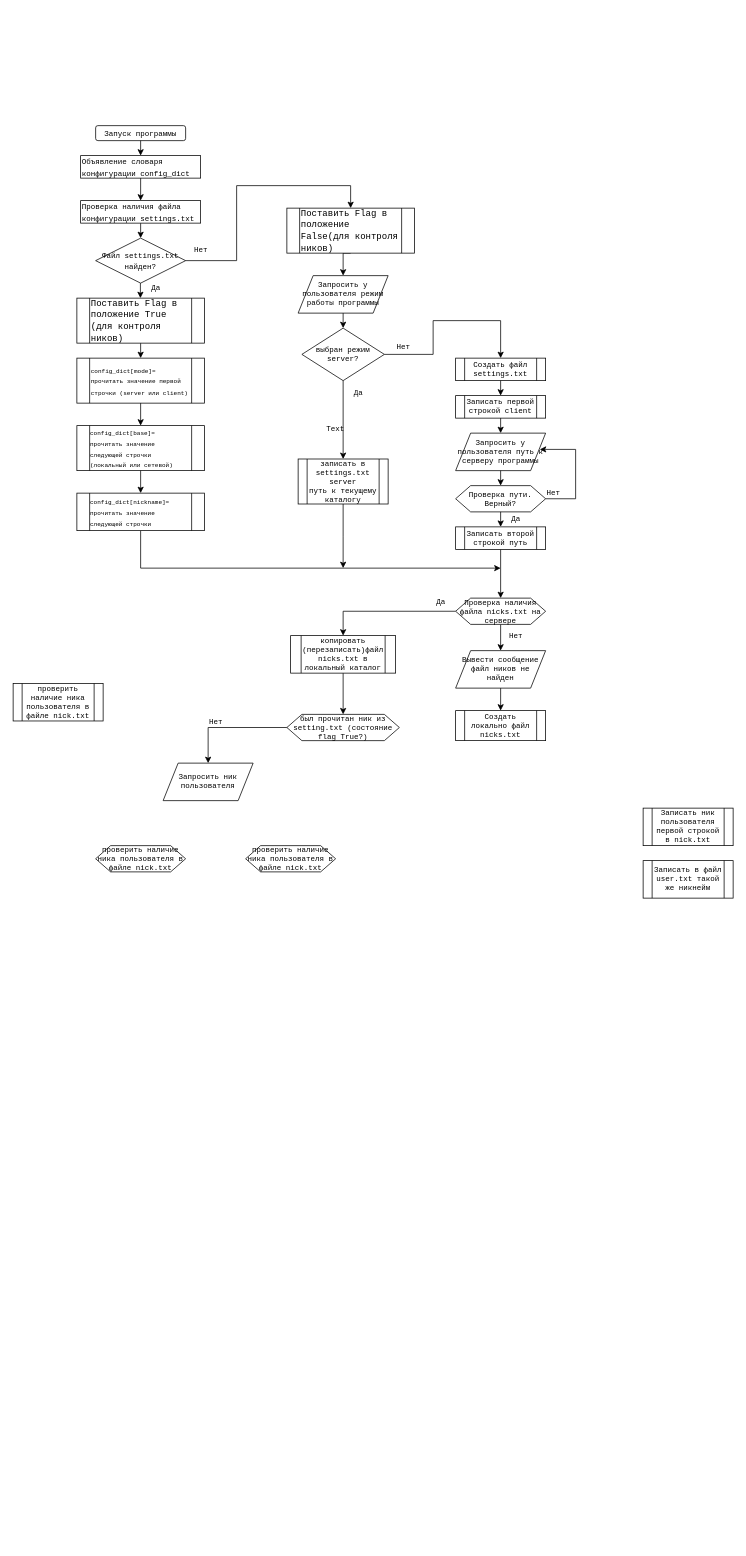
Above: Task-06/ChatRoom.drawio in ProgmanZ/Modul-23.6-Tasks-HW (draw.io), before the change. Source tidied: cells renumbered, new cells numbered last; positions are measured from the earlier drawing's top-left corner, leaving out a move shared by most shapes. Both pictures are drawn from the tidied source at 75%, with x=0, y=0 at pixel (13, 125).
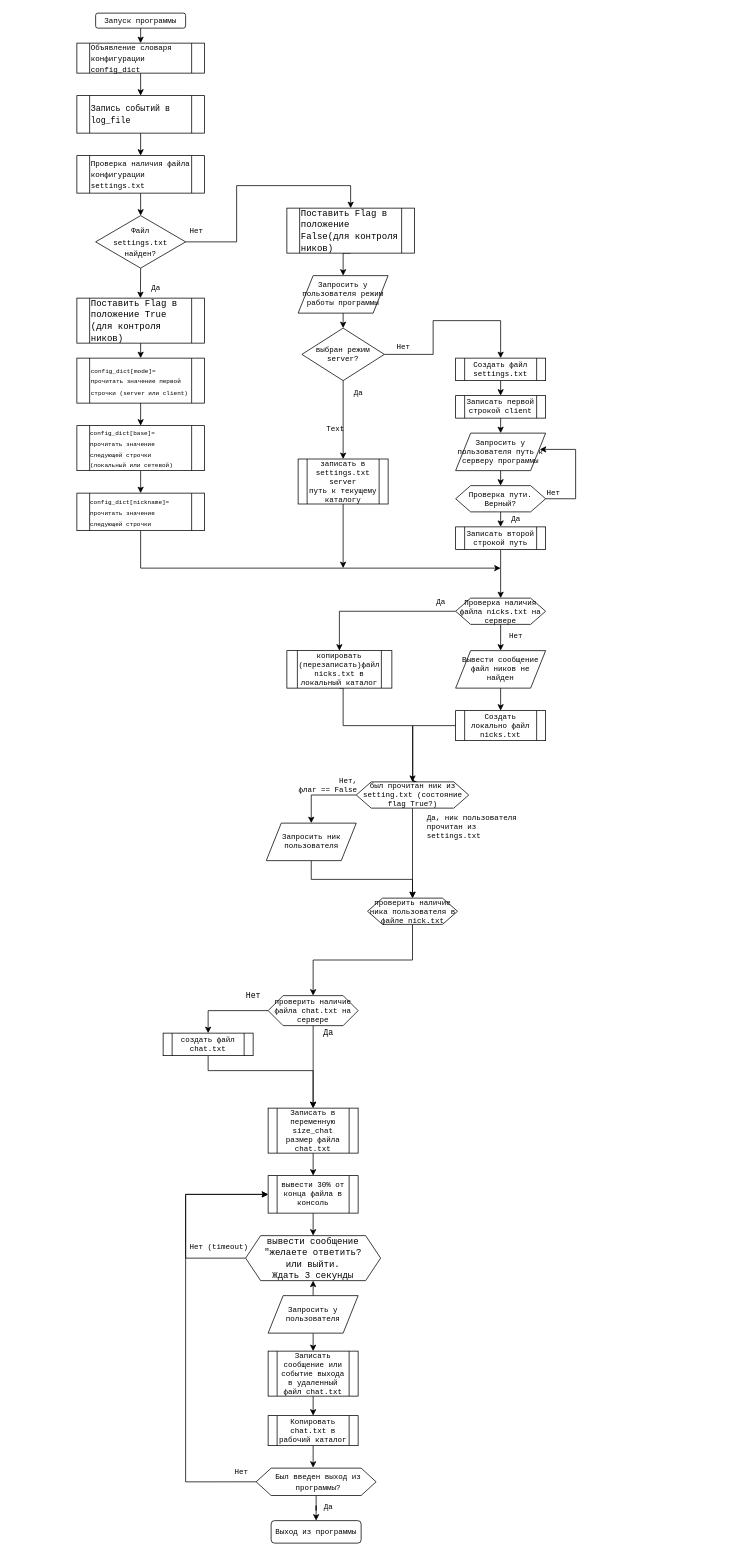
After the change.

Unchanged cells that the change refers to:
```xml
<mxCell id="44" value="&lt;div&gt;Создать локально файл nicks.txt&lt;/div&gt;" style="shape=process;whiteSpace=wrap;html=1;backgroundOutline=1;fontFamily=Courier New;fontSize=10;" parent="1" vertex="1">
  <mxGeometry x="590" y="780" width="120" height="40" as="geometry" />
</mxCell>
<mxCell id="64" value="&lt;font face=&quot;Courier New&quot;&gt;Поставить Flag в положение False(для контроля ников)&lt;/font&gt;" style="shape=process;whiteSpace=wrap;html=1;backgroundOutline=1;align=left;" parent="1" vertex="1">
  <mxGeometry x="365" y="110" width="170" height="60" as="geometry" />
</mxCell>
```

Change to the diagram source:
```diff
@@
     <mxCell id="2" value="&lt;font style=&quot;font-size: 10px;&quot; face=&quot;Courier New&quot;&gt;Запуск программы&lt;/font&gt;" style="rounded=1;whiteSpace=wrap;html=1;" parent="1" vertex="1">
-      <mxGeometry x="110" width="120" height="20" as="geometry" />
+      <mxGeometry x="110" y="-150" width="120" height="20" as="geometry" />
     </mxCell>
@@
-    <mxCell id="4" value="&lt;div align=&quot;left&quot;&gt;&lt;font style=&quot;font-size: 10px;&quot; face=&quot;Courier New&quot;&gt;Проверка наличия файла конфигурации settings.txt&lt;/font&gt;&lt;/div&gt;" style="rounded=0;whiteSpace=wrap;html=1;align=left;" parent="1" vertex="1">
-      <mxGeometry x="90" y="100" width="160" height="30" as="geometry" />
-    </mxCell>
-    <mxCell id="5" value="&lt;font style=&quot;font-size: 10px;&quot; face=&quot;Courier New&quot;&gt;Файл settings.txt найден?&lt;/font&gt;" style="rhombus;whiteSpace=wrap;html=1;" parent="1" vertex="1">
-      <mxGeometry x="110" y="150" width="120" height="60" as="geometry" />
+    <mxCell id="5" value="&lt;div&gt;&lt;font style=&quot;font-size: 10px;&quot; face=&quot;Courier New&quot;&gt;Файл &lt;br&gt;&lt;/font&gt;&lt;/div&gt;&lt;div&gt;&lt;font style=&quot;font-size: 10px;&quot; face=&quot;Courier New&quot;&gt;settings.txt найден?&lt;/font&gt;&lt;/div&gt;" style="rhombus;whiteSpace=wrap;html=1;" parent="1" vertex="1">
+      <mxGeometry x="110" y="120" width="120" height="70" as="geometry" />
     </mxCell>
@@
-    <mxCell id="7" value="&lt;div align=&quot;left&quot;&gt;&lt;font style=&quot;font-size: 10px;&quot; face=&quot;Courier New&quot;&gt;Объявление словаря конфигурации config_dict&lt;/font&gt;&lt;/div&gt;" style="rounded=0;whiteSpace=wrap;html=1;align=left;" parent="1" vertex="1">
-      <mxGeometry x="90" y="40" width="160" height="30" as="geometry" />
-    </mxCell>
@@
     <mxCell id="9" value="&lt;font style=&quot;font-size: 10px;&quot; face=&quot;Courier New&quot;&gt;Нет&lt;/font&gt;" style="text;html=1;align=center;verticalAlign=middle;strokeColor=none;fillColor=none;" parent="1" vertex="1">
-      <mxGeometry x="230" y="150" width="40" height="30" as="geometry" />
+      <mxGeometry x="224" y="125" width="40" height="30" as="geometry" />
     </mxCell>
-    <mxCell id="10" style="endArrow=classic;html=1;rounded=0;exitX=0.5;exitY=1;exitDx=0;exitDy=0;" parent="1" edge="1" source="2">
-      <mxGeometry relative="1" as="geometry">
-        <mxPoint x="170" y="40" as="targetPoint" />
-      </mxGeometry>
+    <mxCell id="10" style="endArrow=classic;html=1;rounded=0;exitX=0.5;exitY=1;exitDx=0;exitDy=0;entryX=0.5;entryY=0;entryDx=0;entryDy=0;" parent="1" edge="1" source="2" target="7">
+      <mxGeometry relative="1" as="geometry" />
     </mxCell>
-    <mxCell id="11" style="endArrow=classic;html=1;rounded=0;exitX=0.5;exitY=1;exitDx=0;exitDy=0;entryX=0.5;entryY=0;entryDx=0;entryDy=0;" parent="1" edge="1" source="7" target="4">
+    <mxCell id="11" style="endArrow=classic;html=1;rounded=0;exitX=0.5;exitY=1;exitDx=0;exitDy=0;entryX=0.5;entryY=0;entryDx=0;entryDy=0;" parent="1" edge="1" source="91" target="4">
       <mxGeometry relative="1" as="geometry" />
     </mxCell>
     <mxCell id="12" style="endArrow=classic;html=1;rounded=0;exitX=1;exitY=0.5;exitDx=0;exitDy=0;entryX=0.5;entryY=0;entryDx=0;entryDy=0;edgeStyle=orthogonalEdgeStyle;" parent="1" edge="1" source="5" target="64">
       <mxGeometry relative="1" as="geometry">
         <Array as="points">
-          <mxPoint x="298" y="180" />
+          <mxPoint x="298" y="155" />
           <mxPoint x="298" y="80" />
           <mxPoint x="450" y="80" />
         </Array>
       </mxGeometry>
     </mxCell>
-    <mxCell id="13" style="endArrow=classic;html=1;rounded=0;entryX=0.5;entryY=0;entryDx=0;entryDy=0;" parent="1" edge="1">
+    <mxCell id="13" style="endArrow=classic;html=1;rounded=0;entryX=0.5;entryY=0;entryDx=0;entryDy=0;exitX=0.5;exitY=1;exitDx=0;exitDy=0;" parent="1" edge="1" source="5">
       <mxGeometry relative="1" as="geometry">
-        <mxPoint x="169.7" y="210" as="sourcePoint" />
         <mxPoint x="169.7" y="230" as="targetPoint" />
       </mxGeometry>
     </mxCell>
@@
+    <mxCell id="65" style="edgeStyle=orthogonalEdgeStyle;rounded=0;jettySize=auto;html=1;exitX=0;exitY=0.5;exitDx=0;exitDy=0;entryX=0.561;entryY=0.042;entryDx=0;entryDy=0;entryPerimeter=0;" parent="1" edge="1" source="44" target="58">
+      <mxGeometry relative="1" as="geometry">
+        <Array as="points">
+          <mxPoint x="533" y="800" />
+          <mxPoint x="533" y="876" />
+        </Array>
+      </mxGeometry>
+    </mxCell>
@@
+    <mxCell id="66" style="edgeStyle=orthogonalEdgeStyle;rounded=0;jettySize=auto;html=1;exitX=0.5;exitY=1;exitDx=0;exitDy=0;entryX=0.5;entryY=0;entryDx=0;entryDy=0;" parent="1" edge="1" source="47" target="74">
+      <mxGeometry relative="1" as="geometry">
+        <Array as="points">
+          <mxPoint x="260" y="1260" />
+          <mxPoint x="400" y="1260" />
+        </Array>
+      </mxGeometry>
+    </mxCell>
-    <mxCell id="47" value="&lt;div&gt;проверить наличие ника пользователя в файле nick.txt&lt;/div&gt;" style="shape=process;whiteSpace=wrap;html=1;backgroundOutline=1;fontFamily=Courier New;fontSize=10;" parent="1" vertex="1">
-      <mxGeometry y="743.8" width="120" height="50" as="geometry" />
+    <mxCell id="47" value="&lt;div&gt;создать файл chat.txt&lt;/div&gt;" style="shape=process;whiteSpace=wrap;html=1;backgroundOutline=1;fontFamily=Courier New;fontSize=10;" parent="1" vertex="1">
+      <mxGeometry x="200" y="1210" width="120" height="30" as="geometry" />
     </mxCell>
-    <mxCell id="48" value="Записать ник пользователя первой строкой в nick.txt" style="shape=process;whiteSpace=wrap;html=1;backgroundOutline=1;fontFamily=Courier New;fontSize=10;" parent="1" vertex="1">
-      <mxGeometry x="840" y="910" width="120" height="50" as="geometry" />
-    </mxCell>
+    <mxCell id="67" style="edgeStyle=orthogonalEdgeStyle;rounded=0;jettySize=auto;html=1;exitX=0.5;exitY=1;exitDx=0;exitDy=0;entryX=0.5;entryY=0;entryDx=0;entryDy=0;" parent="1" edge="1" source="49" target="55">
+      <mxGeometry relative="1" as="geometry" />
+    </mxCell>
     <mxCell id="49" value="Запросить ник пользователя" style="shape=parallelogram;perimeter=parallelogramPerimeter;whiteSpace=wrap;html=1;fixedSize=1;fontFamily=Courier New;fontSize=10;" parent="1" vertex="1">
-      <mxGeometry x="200" y="850" width="120" height="50" as="geometry" />
+      <mxGeometry x="337.5" y="930" width="120" height="50" as="geometry" />
     </mxCell>
-    <mxCell id="50" value="Записать в файл user.txt такой же никнейм" style="shape=process;whiteSpace=wrap;html=1;backgroundOutline=1;fontFamily=Courier New;fontSize=10;" parent="1" vertex="1">
-      <mxGeometry x="840" y="980" width="120" height="50" as="geometry" />
-    </mxCell>
@@
     <mxCell id="52" style="edgeStyle=orthogonalEdgeStyle;rounded=0;jettySize=auto;html=1;exitX=0.5;exitY=1;exitDx=0;exitDy=0;entryX=0.5;entryY=0;entryDx=0;entryDy=0;fontFamily=Courier New;fontSize=10;" parent="1" edge="1" source="53" target="58">
-      <mxGeometry relative="1" as="geometry" />
+      <mxGeometry relative="1" as="geometry">
+        <Array as="points">
+          <mxPoint x="440" y="800" />
+          <mxPoint x="533" y="800" />
+        </Array>
+      </mxGeometry>
     </mxCell>
     <mxCell id="53" value="&lt;div&gt;копировать (перезаписать)файл nicks.txt в локальный каталог&lt;br&gt;&lt;/div&gt;" style="shape=process;whiteSpace=wrap;html=1;backgroundOutline=1;fontFamily=Courier New;fontSize=10;" parent="1" vertex="1">
-      <mxGeometry x="370" y="680" width="140" height="50" as="geometry" />
+      <mxGeometry x="365" y="700" width="140" height="50" as="geometry" />
     </mxCell>
+    <mxCell id="68" style="edgeStyle=orthogonalEdgeStyle;rounded=0;jettySize=auto;html=1;exitX=0;exitY=0.5;exitDx=0;exitDy=0;entryX=0.5;entryY=0;entryDx=0;entryDy=0;" parent="1" edge="1" source="54" target="47">
+      <mxGeometry relative="1" as="geometry" />
+    </mxCell>
+    <mxCell id="69" style="edgeStyle=orthogonalEdgeStyle;rounded=0;jettySize=auto;html=1;exitX=0.5;exitY=1;exitDx=0;exitDy=0;entryX=0.5;entryY=0;entryDx=0;entryDy=0;" parent="1" edge="1" source="54" target="74">
+      <mxGeometry relative="1" as="geometry" />
+    </mxCell>
-    <mxCell id="54" value="&lt;div&gt;проверить наличие ника пользователя в файле nick.txt&lt;/div&gt;" style="shape=hexagon;perimeter=hexagonPerimeter2;whiteSpace=wrap;html=1;fixedSize=1;fontFamily=Courier New;fontSize=10;" parent="1" vertex="1">
-      <mxGeometry x="110" y="960" width="120" height="35" as="geometry" />
+    <mxCell id="54" value="&lt;div&gt;проверить наличие файла chat.txt на сервере&lt;br&gt;&lt;/div&gt;" style="shape=hexagon;perimeter=hexagonPerimeter2;whiteSpace=wrap;html=1;fixedSize=1;fontFamily=Courier New;fontSize=10;" parent="1" vertex="1">
+      <mxGeometry x="340" y="1160" width="120" height="40" as="geometry" />
     </mxCell>
+    <mxCell id="70" style="edgeStyle=orthogonalEdgeStyle;rounded=0;jettySize=auto;html=1;exitX=0.5;exitY=1;exitDx=0;exitDy=0;entryX=0.5;entryY=0;entryDx=0;entryDy=0;" parent="1" edge="1" source="55" target="54">
+      <mxGeometry relative="1" as="geometry" />
+    </mxCell>
     <mxCell id="55" value="&lt;div&gt;проверить наличие ника пользователя в файле nick.txt&lt;/div&gt;" style="shape=hexagon;perimeter=hexagonPerimeter2;whiteSpace=wrap;html=1;fixedSize=1;fontFamily=Courier New;fontSize=10;" parent="1" vertex="1">
-      <mxGeometry x="310" y="960" width="120" height="35" as="geometry" />
+      <mxGeometry x="472.5" y="1030" width="120" height="35" as="geometry" />
     </mxCell>
@@
+    <mxCell id="71" style="edgeStyle=orthogonalEdgeStyle;rounded=0;jettySize=auto;html=1;exitX=0.5;exitY=1;exitDx=0;exitDy=0;entryX=0.5;entryY=0;entryDx=0;entryDy=0;" parent="1" edge="1" source="58" target="55">
+      <mxGeometry relative="1" as="geometry" />
+    </mxCell>
     <mxCell id="58" value="&lt;div&gt;был прочитан ник из setting.txt (состояние flag True?)&lt;br&gt;&lt;/div&gt;" style="shape=hexagon;perimeter=hexagonPerimeter2;whiteSpace=wrap;html=1;fixedSize=1;fontFamily=Courier New;fontSize=10;" parent="1" vertex="1">
-      <mxGeometry x="365" y="785" width="150" height="35" as="geometry" />
+      <mxGeometry x="457.5" y="875" width="150" height="35" as="geometry" />
     </mxCell>
-    <mxCell id="59" value="Нет" style="text;html=1;align=center;verticalAlign=middle;strokeColor=none;fillColor=none;fontSize=10;fontFamily=Courier New;" parent="1" vertex="1">
-      <mxGeometry x="250" y="780" width="40" height="30" as="geometry" />
+    <mxCell id="59" value="&lt;div align=&quot;right&quot;&gt;Нет, &lt;br&gt;&lt;/div&gt;&lt;div align=&quot;right&quot;&gt;флаг == False&lt;/div&gt;" style="text;html=1;align=right;verticalAlign=middle;strokeColor=none;fillColor=none;fontSize=10;fontFamily=Courier New;" parent="1" vertex="1">
+      <mxGeometry x="360" y="860" width="100" height="40" as="geometry" />
     </mxCell>
@@
+    <mxCell id="72" value="&lt;div align=&quot;left&quot;&gt;Да, ник пользователя &lt;br&gt;&lt;/div&gt;&lt;div align=&quot;left&quot;&gt;прочитан из &lt;br&gt;&lt;/div&gt;&lt;div align=&quot;left&quot;&gt;settings.txt&lt;/div&gt;" style="text;html=1;align=left;verticalAlign=middle;strokeColor=none;fillColor=none;fontSize=10;fontFamily=Courier New;" parent="1" vertex="1">
+      <mxGeometry x="550" y="910" width="140" height="50" as="geometry" />
+    </mxCell>
+    <mxCell id="73" style="edgeStyle=orthogonalEdgeStyle;rounded=0;jettySize=auto;html=1;exitX=0.5;exitY=1;exitDx=0;exitDy=0;entryX=0.5;entryY=0;entryDx=0;entryDy=0;" parent="1" edge="1" source="74" target="77">
+      <mxGeometry relative="1" as="geometry" />
+    </mxCell>
+    <mxCell id="74" value="Записать в переменную size_chat размер файла chat.txt" style="shape=process;whiteSpace=wrap;html=1;backgroundOutline=1;fontFamily=Courier New;fontSize=10;" parent="1" vertex="1">
+      <mxGeometry x="340" y="1310" width="120" height="60" as="geometry" />
+    </mxCell>
+    <mxCell id="75" style="edgeStyle=orthogonalEdgeStyle;rounded=0;jettySize=auto;html=1;exitX=0;exitY=0.5;exitDx=0;exitDy=0;entryX=0;entryY=0.5;entryDx=0;entryDy=0;fontFamily=Courier New;fontSize=10;" parent="1" edge="1" target="77">
+      <mxGeometry relative="1" as="geometry">
+        <mxPoint x="310" y="1510" as="sourcePoint" />
+        <Array as="points">
+          <mxPoint x="230" y="1510" />
+          <mxPoint x="230" y="1425" />
+        </Array>
+      </mxGeometry>
+    </mxCell>
+    <mxCell id="76" style="edgeStyle=orthogonalEdgeStyle;rounded=0;jettySize=auto;html=1;exitX=0.5;exitY=1;exitDx=0;exitDy=0;entryX=0.5;entryY=0;entryDx=0;entryDy=0;" parent="1" edge="1" source="77">
+      <mxGeometry relative="1" as="geometry">
+        <mxPoint x="400" y="1480" as="targetPoint" />
+      </mxGeometry>
+    </mxCell>
+    <mxCell id="77" value="&lt;div&gt;вывести 30% от конца файла в консоль&lt;br&gt;&lt;/div&gt;" style="shape=process;whiteSpace=wrap;html=1;backgroundOutline=1;fontFamily=Courier New;fontSize=10;" parent="1" vertex="1">
+      <mxGeometry x="340" y="1400" width="120" height="50" as="geometry" />
+    </mxCell>
+    <mxCell id="78" value="Нет (timeout)" style="text;html=1;align=center;verticalAlign=middle;strokeColor=none;fillColor=none;fontSize=10;fontFamily=Courier New;" parent="1" vertex="1">
+      <mxGeometry x="224" y="1480" width="100" height="30" as="geometry" />
+    </mxCell>
+    <mxCell id="79" value="&lt;div&gt;&lt;font face=&quot;Courier New&quot;&gt;вывести сообщение &quot;желаете ответить?&lt;/font&gt;&lt;/div&gt;&lt;div&gt;&lt;font face=&quot;Courier New&quot;&gt;или выйти.&lt;br&gt;&lt;/font&gt;&lt;/div&gt;&lt;div&gt;&lt;font face=&quot;Courier New&quot;&gt;Ждать 3 секунды&lt;br&gt;&lt;/font&gt;&lt;/div&gt;" style="shape=hexagon;perimeter=hexagonPerimeter2;whiteSpace=wrap;html=1;fixedSize=1;" parent="1" vertex="1">
+      <mxGeometry x="310" y="1480" width="180" height="60" as="geometry" />
+    </mxCell>
+    <mxCell id="80" style="edgeStyle=orthogonalEdgeStyle;rounded=0;jettySize=auto;html=1;exitX=0.5;exitY=1;exitDx=0;exitDy=0;entryX=0.5;entryY=0;entryDx=0;entryDy=0;fontFamily=Courier New;fontSize=10;" parent="1" edge="1" source="81" target="83">
+      <mxGeometry relative="1" as="geometry" />
+    </mxCell>
+    <mxCell id="81" value="Записать сообщение или событие выхода в удаленный файл chat.txt" style="shape=process;whiteSpace=wrap;html=1;backgroundOutline=1;fontFamily=Courier New;fontSize=10;" parent="1" vertex="1">
+      <mxGeometry x="340" y="1634" width="120" height="60" as="geometry" />
+    </mxCell>
+    <mxCell id="82" style="edgeStyle=orthogonalEdgeStyle;rounded=0;jettySize=auto;html=1;exitX=0.5;exitY=1;exitDx=0;exitDy=0;entryX=0.475;entryY=-0.016;entryDx=0;entryDy=0;entryPerimeter=0;fontFamily=Courier New;fontSize=10;" parent="1" edge="1" source="83" target="86">
+      <mxGeometry relative="1" as="geometry" />
+    </mxCell>
+    <mxCell id="83" value="Копировать chat.txt в рабочий каталог" style="shape=process;whiteSpace=wrap;html=1;backgroundOutline=1;fontFamily=Courier New;fontSize=10;" parent="1" vertex="1">
+      <mxGeometry x="340" y="1720" width="120" height="40" as="geometry" />
+    </mxCell>
+    <mxCell id="84" style="edgeStyle=orthogonalEdgeStyle;rounded=0;jettySize=auto;html=1;exitX=0;exitY=0.5;exitDx=0;exitDy=0;entryX=0;entryY=0.5;entryDx=0;entryDy=0;fontFamily=Courier New;fontSize=10;" parent="1" edge="1" source="86" target="77">
+      <mxGeometry relative="1" as="geometry">
+        <Array as="points">
+          <mxPoint x="230" y="1808" />
+          <mxPoint x="230" y="1425" />
+        </Array>
+      </mxGeometry>
+    </mxCell>
+    <mxCell id="85" style="edgeStyle=orthogonalEdgeStyle;rounded=0;jettySize=auto;html=1;exitX=0.5;exitY=1;exitDx=0;exitDy=0;fontFamily=Courier New;fontSize=10;" parent="1" edge="1" source="86" target="88">
+      <mxGeometry relative="1" as="geometry" />
+    </mxCell>
+    <mxCell id="86" value="&lt;div&gt;&lt;font style=&quot;font-size: 10px;&quot; face=&quot;Courier New&quot;&gt;&amp;nbsp;Был введен выход из&lt;/font&gt;&lt;/div&gt;&lt;div&gt;&lt;font style=&quot;font-size: 10px;&quot; face=&quot;Courier New&quot;&gt;&amp;nbsp;программы?&lt;/font&gt;&lt;/div&gt;" style="shape=hexagon;perimeter=hexagonPerimeter2;whiteSpace=wrap;html=1;fixedSize=1;" parent="1" vertex="1">
+      <mxGeometry x="324" y="1790" width="160" height="36.5" as="geometry" />
+    </mxCell>
+    <mxCell id="87" value="Нет" style="text;html=1;align=center;verticalAlign=middle;strokeColor=none;fillColor=none;fontSize=10;fontFamily=Courier New;" parent="1" vertex="1">
+      <mxGeometry x="284" y="1780" width="40" height="30" as="geometry" />
+    </mxCell>
+    <mxCell id="88" value="Выход из программы" style="rounded=1;whiteSpace=wrap;html=1;fontFamily=Courier New;fontSize=10;" parent="1" vertex="1">
+      <mxGeometry x="344" y="1860" width="120" height="30" as="geometry" />
+    </mxCell>
+    <mxCell id="89" value="Да" style="text;html=1;align=center;verticalAlign=middle;strokeColor=none;fillColor=none;fontSize=10;fontFamily=Courier New;" parent="1" vertex="1">
+      <mxGeometry x="400" y="1826.5" width="40" height="30" as="geometry" />
+    </mxCell>
+    <mxCell id="90" style="edgeStyle=orthogonalEdgeStyle;rounded=0;jettySize=auto;html=1;exitX=0.5;exitY=1;exitDx=0;exitDy=0;entryX=0.5;entryY=0;entryDx=0;entryDy=0;fontFamily=Courier New;fontSize=11;" parent="1" edge="1" source="7" target="91">
+      <mxGeometry relative="1" as="geometry" />
+    </mxCell>
+    <mxCell id="7" value="&lt;div align=&quot;left&quot;&gt;&lt;font style=&quot;font-size: 10px;&quot; face=&quot;Courier New&quot;&gt;Объявление словаря конфигурации config_dict&lt;/font&gt;&lt;/div&gt;" style="shape=process;whiteSpace=wrap;html=1;backgroundOutline=1;align=left;" parent="1" vertex="1">
+      <mxGeometry x="85" y="-110" width="170" height="40" as="geometry" />
+    </mxCell>
+    <mxCell id="4" value="&lt;div align=&quot;left&quot;&gt;&lt;font style=&quot;font-size: 10px;&quot; face=&quot;Courier New&quot;&gt;Проверка наличия файла конфигурации settings.txt&lt;/font&gt;&lt;/div&gt;" style="shape=process;whiteSpace=wrap;html=1;backgroundOutline=1;align=left;" parent="1" vertex="1">
+      <mxGeometry x="85" y="40" width="170" height="50" as="geometry" />
+    </mxCell>
+    <mxCell id="91" value="&lt;div&gt;&lt;font style=&quot;font-size: 11px;&quot; face=&quot;Courier New&quot;&gt;Запись событий в log_file&lt;/font&gt;&lt;br&gt;&lt;/div&gt;" style="shape=process;whiteSpace=wrap;html=1;backgroundOutline=1;align=left;" parent="1" vertex="1">
+      <mxGeometry x="85" y="-40" width="170" height="50" as="geometry" />
+    </mxCell>
+    <mxCell id="92" style="edgeStyle=orthogonalEdgeStyle;rounded=0;jettySize=auto;html=1;exitX=0.5;exitY=1;exitDx=0;exitDy=0;entryX=0.5;entryY=0;entryDx=0;entryDy=0;fontFamily=Courier New;fontSize=11;" parent="1" edge="1" source="94" target="81">
+      <mxGeometry relative="1" as="geometry" />
+    </mxCell>
+    <mxCell id="93" style="edgeStyle=orthogonalEdgeStyle;rounded=0;jettySize=auto;html=1;exitX=0.5;exitY=0;exitDx=0;exitDy=0;entryX=0.5;entryY=1;entryDx=0;entryDy=0;fontFamily=Courier New;fontSize=11;" parent="1" edge="1" source="94" target="79">
+      <mxGeometry relative="1" as="geometry" />
+    </mxCell>
+    <mxCell id="94" value="Запросить у пользователя" style="shape=parallelogram;perimeter=parallelogramPerimeter;whiteSpace=wrap;html=1;fixedSize=1;fontFamily=Courier New;fontSize=10;" parent="1" vertex="1">
+      <mxGeometry x="340" y="1560" width="120" height="50" as="geometry" />
+    </mxCell>
+    <mxCell id="95" value="Нет" style="text;html=1;align=center;verticalAlign=middle;strokeColor=none;fillColor=none;fontSize=11;fontFamily=Courier New;" parent="1" vertex="1">
+      <mxGeometry x="300" y="1145" width="40" height="30" as="geometry" />
+    </mxCell>
+    <mxCell id="96" value="Да" style="text;html=1;align=center;verticalAlign=middle;strokeColor=none;fillColor=none;fontSize=11;fontFamily=Courier New;" parent="1" vertex="1">
+      <mxGeometry x="400" y="1195" width="40" height="30" as="geometry" />
+    </mxCell>
```
